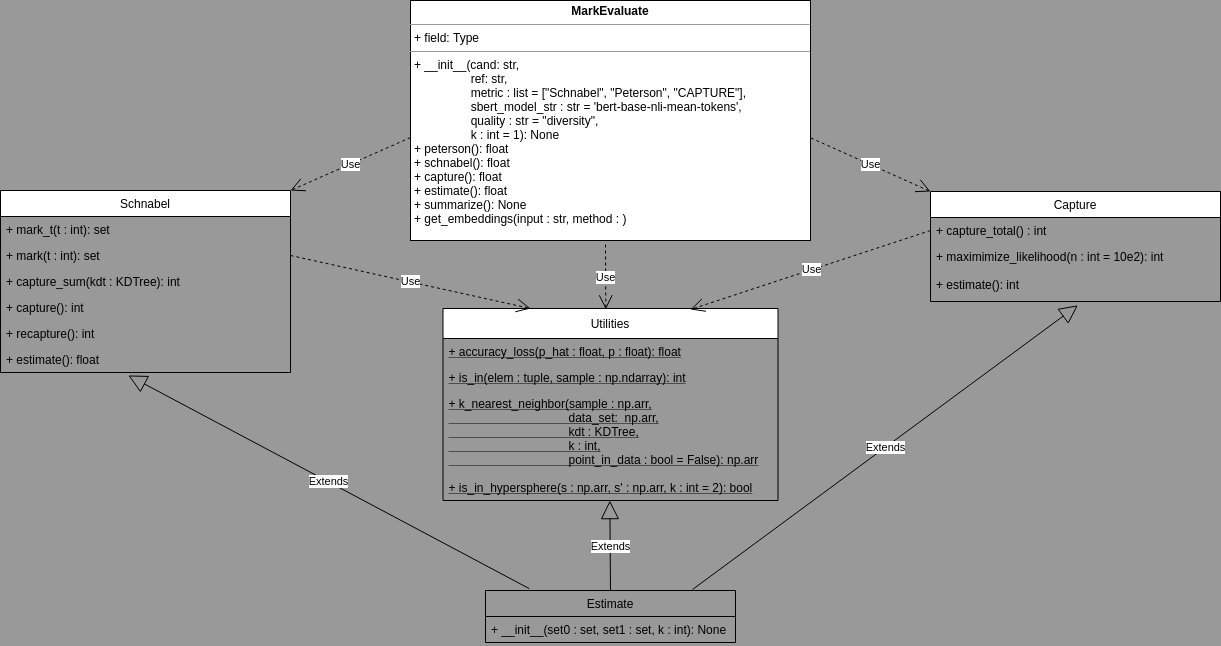
LazerLambda/ME keeps this draw.io diagram as MarkEvaluate.png. Above is the earlier version. Source tidied: cells renumbered, new cells last; positions are measured from the earlier drawing's top-left corner, leaving out a move shared by most shapes.
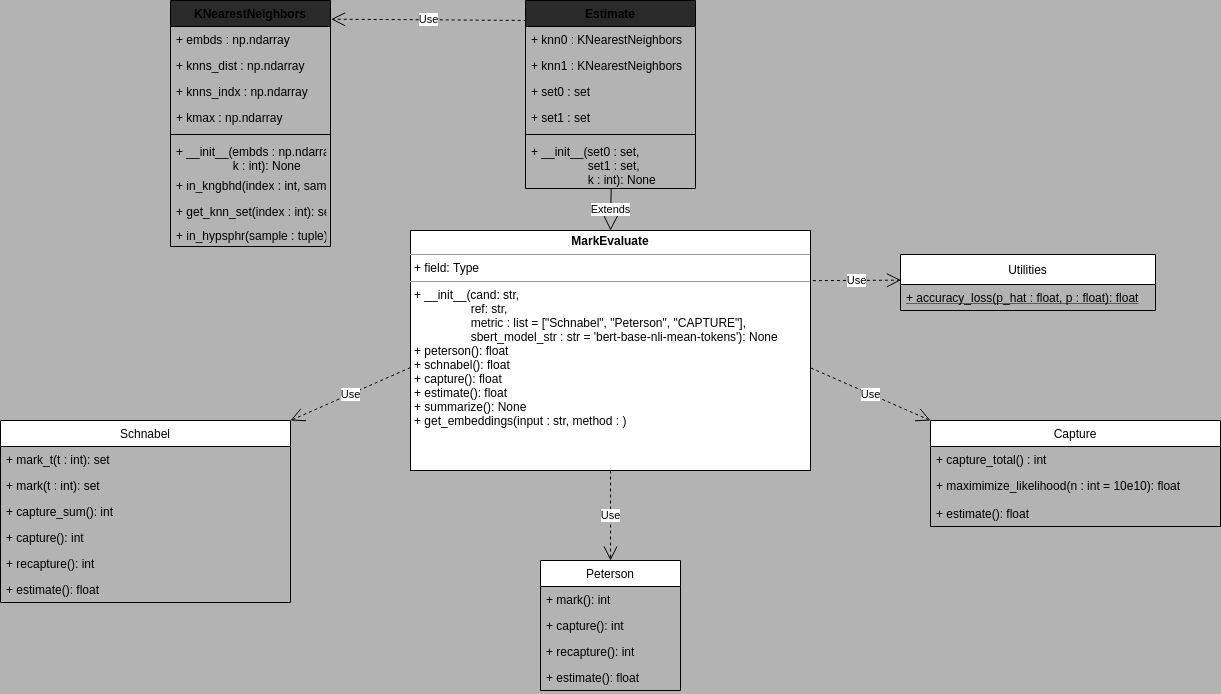
The same file after the commit.

Commit message:
speedup, documentation, UML diagram done

Change to the diagram source:
```diff
@@ -1,37 +1,26 @@
-<mxGraphModel background="#999999">
+<mxGraphModel background="#B3B3B3">
   <root>
     <mxCell id="0" />
     <mxCell id="1" parent="0" />
     <mxCell id="2" style="edgeStyle=orthogonalEdgeStyle;rounded=0;jettySize=auto;html=1;exitX=1;exitY=0.5;exitDx=0;exitDy=0;" parent="1" edge="1" source="3">
       <mxGeometry relative="1" as="geometry">
-        <mxPoint x="800" y="120" as="targetPoint" />
+        <mxPoint x="800" y="540" as="targetPoint" />
       </mxGeometry>
     </mxCell>
-    <mxCell id="3" value="&lt;p style=&quot;margin: 0px ; margin-top: 4px ; text-align: center&quot;&gt;&lt;b&gt;MarkEvaluate&lt;/b&gt;&lt;/p&gt;&lt;hr size=&quot;1&quot;&gt;&lt;p style=&quot;margin: 0px ; margin-left: 4px&quot;&gt;+ field: Type&lt;/p&gt;&lt;hr size=&quot;1&quot;&gt;&lt;p style=&quot;margin: 0px ; margin-left: 4px&quot;&gt;+ __init__(cand: str,&lt;/p&gt;&lt;p style=&quot;margin: 0px ; margin-left: 4px&quot;&gt;&amp;nbsp; &amp;nbsp; &amp;nbsp; &amp;nbsp; &amp;nbsp; &amp;nbsp; &amp;nbsp; &amp;nbsp; &amp;nbsp;ref: str,&lt;/p&gt;&lt;p style=&quot;margin: 0px ; margin-left: 4px&quot;&gt;&amp;nbsp; &amp;nbsp; &amp;nbsp; &amp;nbsp; &amp;nbsp; &amp;nbsp; &amp;nbsp; &amp;nbsp; &amp;nbsp;metric : list = [&quot;Schnabel&quot;, &quot;Peterson&quot;, &quot;CAPTURE&quot;],&lt;/p&gt;&lt;p style=&quot;margin: 0px ; margin-left: 4px&quot;&gt;&amp;nbsp; &amp;nbsp; &amp;nbsp; &amp;nbsp; &amp;nbsp; &amp;nbsp; &amp;nbsp; &amp;nbsp; &amp;nbsp;sbert_model_str : str = 'bert-base-nli-mean-tokens',&lt;/p&gt;&lt;p style=&quot;margin: 0px ; margin-left: 4px&quot;&gt;&lt;span&gt;&amp;nbsp; &amp;nbsp; &amp;nbsp; &amp;nbsp; &amp;nbsp; &amp;nbsp; &amp;nbsp; &amp;nbsp; &amp;nbsp;quality : str = &quot;diversity&quot;,&lt;/span&gt;&lt;/p&gt;&lt;p style=&quot;margin: 0px ; margin-left: 4px&quot;&gt;&lt;span&gt;&amp;nbsp; &amp;nbsp; &amp;nbsp; &amp;nbsp; &amp;nbsp; &amp;nbsp; &amp;nbsp; &amp;nbsp; &amp;nbsp;k : int = 1): None&lt;/span&gt;&lt;/p&gt;&lt;p style=&quot;margin: 0px ; margin-left: 4px&quot;&gt;+ peterson(): float&lt;/p&gt;&lt;p style=&quot;margin: 0px ; margin-left: 4px&quot;&gt;+ schnabel(): float&lt;/p&gt;&lt;p style=&quot;margin: 0px ; margin-left: 4px&quot;&gt;+ capture(): float&lt;/p&gt;&lt;p style=&quot;margin: 0px ; margin-left: 4px&quot;&gt;+ estimate(): float&lt;/p&gt;&lt;p style=&quot;margin: 0px ; margin-left: 4px&quot;&gt;+ summarize(): None&lt;/p&gt;&lt;p style=&quot;margin: 0px ; margin-left: 4px&quot;&gt;+ get_embeddings(input : str, method : )&lt;br&gt;&lt;/p&gt;&lt;p style=&quot;margin: 0px ; margin-left: 4px&quot;&gt;&lt;br&gt;&lt;/p&gt;" style="verticalAlign=top;align=left;overflow=fill;fontSize=12;fontFamily=Helvetica;html=1;" parent="1" vertex="1">
-      <mxGeometry x="410" width="400" height="240" as="geometry" />
+    <mxCell id="3" value="&lt;p style=&quot;margin: 0px ; margin-top: 4px ; text-align: center&quot;&gt;&lt;b&gt;MarkEvaluate&lt;/b&gt;&lt;/p&gt;&lt;hr size=&quot;1&quot;&gt;&lt;p style=&quot;margin: 0px ; margin-left: 4px&quot;&gt;+ field: Type&lt;/p&gt;&lt;hr size=&quot;1&quot;&gt;&lt;p style=&quot;margin: 0px ; margin-left: 4px&quot;&gt;+ __init__(cand: str,&lt;/p&gt;&lt;p style=&quot;margin: 0px ; margin-left: 4px&quot;&gt;&amp;nbsp; &amp;nbsp; &amp;nbsp; &amp;nbsp; &amp;nbsp; &amp;nbsp; &amp;nbsp; &amp;nbsp; &amp;nbsp;ref: str,&lt;/p&gt;&lt;p style=&quot;margin: 0px ; margin-left: 4px&quot;&gt;&amp;nbsp; &amp;nbsp; &amp;nbsp; &amp;nbsp; &amp;nbsp; &amp;nbsp; &amp;nbsp; &amp;nbsp; &amp;nbsp;metric : list = [&quot;Schnabel&quot;, &quot;Peterson&quot;, &quot;CAPTURE&quot;],&lt;/p&gt;&lt;p style=&quot;margin: 0px ; margin-left: 4px&quot;&gt;&amp;nbsp; &amp;nbsp; &amp;nbsp; &amp;nbsp; &amp;nbsp; &amp;nbsp; &amp;nbsp; &amp;nbsp; &amp;nbsp;sbert_model_str : str = 'bert-base-nli-mean-tokens'&lt;span&gt;): None&lt;/span&gt;&lt;/p&gt;&lt;p style=&quot;margin: 0px ; margin-left: 4px&quot;&gt;+ peterson(): float&lt;/p&gt;&lt;p style=&quot;margin: 0px ; margin-left: 4px&quot;&gt;+ schnabel(): float&lt;/p&gt;&lt;p style=&quot;margin: 0px ; margin-left: 4px&quot;&gt;+ capture(): float&lt;/p&gt;&lt;p style=&quot;margin: 0px ; margin-left: 4px&quot;&gt;+ estimate(): float&lt;/p&gt;&lt;p style=&quot;margin: 0px ; margin-left: 4px&quot;&gt;+ summarize(): None&lt;/p&gt;&lt;p style=&quot;margin: 0px ; margin-left: 4px&quot;&gt;+ get_embeddings(input : str, method : )&lt;br&gt;&lt;/p&gt;&lt;p style=&quot;margin: 0px ; margin-left: 4px&quot;&gt;&lt;br&gt;&lt;/p&gt;" style="verticalAlign=top;align=left;overflow=fill;fontSize=12;fontFamily=Helvetica;html=1;" parent="1" vertex="1">
+      <mxGeometry x="410" y="420" width="400" height="240" as="geometry" />
     </mxCell>
     <mxCell id="4" value="Utilities" style="swimlane;fontStyle=0;horizontal=1;startSize=30;" parent="1" vertex="1">
-      <mxGeometry x="442.5" y="308" width="335" height="192" as="geometry" />
+      <mxGeometry x="900" y="444" width="255" height="56" as="geometry" />
     </mxCell>
     <mxCell id="5" value="+ accuracy_loss(p_hat : float, p : float): float" style="text;strokeColor=none;fillColor=none;align=left;verticalAlign=top;spacingLeft=4;spacingRight=4;overflow=hidden;fontStyle=4;" parent="4" vertex="1">
-      <mxGeometry y="30" width="335" height="26" as="geometry" />
+      <mxGeometry y="30" width="255" height="26" as="geometry" />
     </mxCell>
-    <mxCell id="6" value="+ is_in(elem : tuple, sample : np.ndarray): int" style="text;strokeColor=none;fillColor=none;align=left;verticalAlign=top;spacingLeft=4;spacingRight=4;overflow=hidden;fontStyle=4;" parent="4" vertex="1">
-      <mxGeometry y="56" width="335" height="26" as="geometry" />
-    </mxCell>
-    <mxCell id="7" value="+ k_nearest_neighbor(sample : np.arr,&#10;                                    data_set:  np.arr,&#10;                                    kdt : KDTree,&#10;                                    k : int,&#10;                                    point_in_data : bool = False): np.arr&#10;" style="text;strokeColor=none;fillColor=none;align=left;verticalAlign=top;spacingLeft=4;spacingRight=4;overflow=hidden;fontStyle=4;" parent="4" vertex="1">
-      <mxGeometry y="82" width="335" height="84" as="geometry" />
-    </mxCell>
-    <mxCell id="8" value="+ is_in_hypersphere(s : np.arr, s' : np.arr, k : int = 2): bool" style="text;strokeColor=none;fillColor=none;align=left;verticalAlign=top;spacingLeft=4;spacingRight=4;overflow=hidden;points=[[0,0.5],[1,0.5]];portConstraint=eastwest;fontStyle=4;" parent="4" vertex="1">
-      <mxGeometry y="166" width="335" height="26" as="geometry" />
-    </mxCell>
-    <mxCell id="9" value="Use" style="endArrow=open;endSize=12;dashed=1;html=1;entryX=0.486;entryY=0.004;entryDx=0;entryDy=0;entryPerimeter=0;" parent="1" edge="1" target="4">
-      <mxGeometry relative="1" as="geometry">
-        <mxPoint x="605" y="244" as="sourcePoint" />
-      </mxGeometry>
+    <mxCell id="9" value="Use" style="endArrow=open;endSize=12;dashed=1;html=1;exitX=1.006;exitY=0.209;exitDx=0;exitDy=0;exitPerimeter=0;entryX=0.002;entryY=0.458;entryDx=0;entryDy=0;entryPerimeter=0;" parent="1" edge="1" source="3" target="4">
+      <mxGeometry relative="1" as="geometry" />
     </mxCell>
     <mxCell id="10" value="Schnabel" style="swimlane;fontStyle=0;horizontal=1;startSize=26;" parent="1" vertex="1">
-      <mxGeometry y="190" width="290" height="182" as="geometry" />
+      <mxGeometry y="610" width="290" height="182" as="geometry" />
     </mxCell>
     <mxCell id="11" value="+ mark_t(t : int): set" style="text;strokeColor=none;fillColor=none;align=left;verticalAlign=top;spacingLeft=4;spacingRight=4;overflow=hidden;" parent="10" vertex="1">
       <mxGeometry y="26" width="290" height="26" as="geometry" />
@@ -39,9 +28,9 @@
     <mxCell id="12" value="+ mark(t : int): set" style="text;strokeColor=none;fillColor=none;align=left;verticalAlign=top;spacingLeft=4;spacingRight=4;overflow=hidden;points=[[0,0.5],[1,0.5]];portConstraint=eastwest;" parent="10" vertex="1">
       <mxGeometry y="52" width="290" height="26" as="geometry" />
     </mxCell>
-    <mxCell id="13" value="+ capture_sum(kdt : KDTree): int" style="text;strokeColor=none;fillColor=none;align=left;verticalAlign=top;spacingLeft=4;spacingRight=4;overflow=hidden;" parent="10" vertex="1">
-      <mxGeometry y="78" width="290" height="26" as="geometry" />
-    </mxCell>
+    <mxCell id="30" value="+ capture_sum(): int" style="text;strokeColor=none;fillColor=none;align=left;verticalAlign=top;spacingLeft=4;spacingRight=4;overflow=hidden;" parent="10" vertex="1">
+      <mxGeometry y="78" width="290" height="26" as="geometry" />
+    </mxCell>
     <mxCell id="14" value="+ capture(): int" style="text;strokeColor=none;fillColor=none;align=left;verticalAlign=top;spacingLeft=4;spacingRight=4;overflow=hidden;" parent="10" vertex="1">
       <mxGeometry y="104" width="290" height="26" as="geometry" />
     </mxCell>
@@ -54,47 +43,97 @@
     <mxCell id="17" value="Use" style="endArrow=open;endSize=12;dashed=1;html=1;entryX=1;entryY=0;entryDx=0;entryDy=0;exitX=0;exitY=0.571;exitDx=0;exitDy=0;exitPerimeter=0;" parent="1" edge="1" source="3" target="10">
       <mxGeometry relative="1" as="geometry" />
     </mxCell>
-    <mxCell id="18" value="Use" style="endArrow=open;endSize=12;dashed=1;html=1;exitX=1;exitY=0.5;exitDx=0;exitDy=0;" parent="1" edge="1" source="12">
+    <mxCell id="18" value="Use" style="endArrow=open;endSize=12;dashed=1;html=1;" parent="1" edge="1" source="3">
       <mxGeometry relative="1" as="geometry">
-        <mxPoint x="530" y="308" as="targetPoint" />
+        <mxPoint x="610" y="750" as="targetPoint" />
       </mxGeometry>
     </mxCell>
     <mxCell id="19" value="Capture" style="swimlane;fontStyle=0;horizontal=1;startSize=26;" parent="1" vertex="1">
-      <mxGeometry x="930" y="191" width="290" height="110" as="geometry" />
+      <mxGeometry x="930" y="610" width="290" height="106" as="geometry" />
     </mxCell>
     <mxCell id="20" value="+ capture_total() : int" style="text;strokeColor=none;fillColor=none;align=left;verticalAlign=top;spacingLeft=4;spacingRight=4;overflow=hidden;points=[[0,0.5],[1,0.5]];portConstraint=eastwest;" parent="19" vertex="1">
       <mxGeometry y="26" width="290" height="26" as="geometry" />
     </mxCell>
-    <mxCell id="21" value="+ maximimize_likelihood(n : int = 10e2): int" style="text;strokeColor=none;fillColor=none;align=left;verticalAlign=top;spacingLeft=4;spacingRight=4;overflow=hidden;" parent="19" vertex="1">
+    <mxCell id="21" value="+ maximimize_likelihood(n : int = 10e10): float" style="text;strokeColor=none;fillColor=none;align=left;verticalAlign=top;spacingLeft=4;spacingRight=4;overflow=hidden;" parent="19" vertex="1">
       <mxGeometry y="52" width="290" height="28" as="geometry" />
     </mxCell>
-    <mxCell id="22" value="+ estimate(): int" style="text;strokeColor=none;fillColor=none;align=left;verticalAlign=top;spacingLeft=4;spacingRight=4;overflow=hidden;points=[[0,0.5],[1,0.5]];portConstraint=eastwest;" parent="19" vertex="1">
-      <mxGeometry y="80" width="290" height="30" as="geometry" />
+    <mxCell id="22" value="+ estimate(): float" style="text;strokeColor=none;fillColor=none;align=left;verticalAlign=top;spacingLeft=4;spacingRight=4;overflow=hidden;points=[[0,0.5],[1,0.5]];portConstraint=eastwest;" parent="19" vertex="1">
+      <mxGeometry y="80" width="290" height="26" as="geometry" />
     </mxCell>
     <mxCell id="23" value="Use" style="endArrow=open;endSize=12;dashed=1;html=1;exitX=1.001;exitY=0.573;exitDx=0;exitDy=0;entryX=0;entryY=0;entryDx=0;entryDy=0;exitPerimeter=0;" parent="1" edge="1" source="3" target="19">
       <mxGeometry relative="1" as="geometry" />
     </mxCell>
+    <mxCell id="31" value="Extends" style="endArrow=block;endSize=16;endFill=0;html=1;entryX=0.5;entryY=0;entryDx=0;entryDy=0;exitX=0.504;exitY=0.997;exitDx=0;exitDy=0;exitPerimeter=0;" parent="1" edge="1" source="26" target="3">
+      <mxGeometry relative="1" as="geometry" />
+    </mxCell>
-    <mxCell id="24" value="Use" style="endArrow=open;endSize=12;dashed=1;html=1;exitX=0;exitY=0.5;exitDx=0;exitDy=0;" parent="1" edge="1" source="20">
-      <mxGeometry relative="1" as="geometry">
-        <mxPoint x="690" y="309" as="targetPoint" />
-      </mxGeometry>
+    <mxCell id="24" value="Use" style="endArrow=open;endSize=12;dashed=1;html=1;exitX=0.007;exitY=0.106;exitDx=0;exitDy=0;entryX=1.004;entryY=0.076;entryDx=0;entryDy=0;entryPerimeter=0;exitPerimeter=0;" parent="1" edge="1" source="25" target="37">
+      <mxGeometry relative="1" as="geometry" />
     </mxCell>
-    <mxCell id="25" value="Estimate" style="swimlane;fontStyle=0;horizontal=1;startSize=26;fillColor=none;" parent="1" vertex="1">
-      <mxGeometry x="485" y="590" width="250" height="52" as="geometry" />
+    <mxCell id="25" value="Estimate" style="swimlane;fontStyle=1;align=center;verticalAlign=top;horizontal=1;startSize=26;fillColor=#2a2a2a;" parent="1" vertex="1">
+      <mxGeometry x="525" y="190" width="170" height="188" as="geometry" />
     </mxCell>
+    <mxCell id="32" value="+ knn0 : KNearestNeighbors" style="text;strokeColor=none;fillColor=none;align=left;verticalAlign=top;spacingLeft=4;spacingRight=4;overflow=hidden;" parent="25" vertex="1">
+      <mxGeometry y="26" width="170" height="26" as="geometry" />
+    </mxCell>
+    <mxCell id="33" value="+ knn1 : KNearestNeighbors" style="text;strokeColor=none;fillColor=none;align=left;verticalAlign=top;spacingLeft=4;spacingRight=4;overflow=hidden;" parent="25" vertex="1">
+      <mxGeometry y="52" width="170" height="26" as="geometry" />
+    </mxCell>
+    <mxCell id="34" value="+ set0 : set" style="text;strokeColor=none;fillColor=none;align=left;verticalAlign=top;spacingLeft=4;spacingRight=4;overflow=hidden;" parent="25" vertex="1">
+      <mxGeometry y="78" width="170" height="26" as="geometry" />
+    </mxCell>
+    <mxCell id="35" value="+ set1 : set&#10;" style="text;strokeColor=none;fillColor=none;align=left;verticalAlign=top;spacingLeft=4;spacingRight=4;overflow=hidden;" parent="25" vertex="1">
+      <mxGeometry y="104" width="170" height="26" as="geometry" />
+    </mxCell>
+    <mxCell id="36" style="line;strokeWidth=1;fillColor=none;align=left;verticalAlign=middle;spacingTop=-1;spacingLeft=3;spacingRight=3;labelPosition=right;" parent="25" vertex="1">
+      <mxGeometry y="130" width="170" height="8" as="geometry" />
+    </mxCell>
-    <mxCell id="26" value="+ __init__(set0 : set, set1 : set, k : int): None" style="text;strokeColor=none;fillColor=none;align=left;verticalAlign=top;spacingLeft=4;spacingRight=4;overflow=hidden;points=[[0,0.5],[1,0.5]];portConstraint=eastwest;" parent="25" vertex="1">
-      <mxGeometry y="26" width="250" height="26" as="geometry" />
+    <mxCell id="26" value="+ __init__(set0 : set,&#10;                 set1 : set,&#10;                 k : int): None&#10;" style="text;strokeColor=none;fillColor=none;align=left;verticalAlign=top;spacingLeft=4;spacingRight=4;overflow=hidden;points=[[0,0.5],[1,0.5]];portConstraint=eastwest;" parent="25" vertex="1">
+      <mxGeometry y="138" width="170" height="50" as="geometry" />
     </mxCell>
-    <mxCell id="27" value="Extends" style="endArrow=block;endSize=16;endFill=0;html=1;exitX=0.5;exitY=0;exitDx=0;exitDy=0;entryX=0.498;entryY=1.005;entryDx=0;entryDy=0;entryPerimeter=0;" parent="1" edge="1" source="25" target="8">
-      <mxGeometry relative="1" as="geometry" />
-    </mxCell>
-    <mxCell id="28" value="Extends" style="endArrow=block;endSize=16;endFill=0;html=1;entryX=0.441;entryY=1.113;entryDx=0;entryDy=0;entryPerimeter=0;exitX=0.175;exitY=-0.036;exitDx=0;exitDy=0;exitPerimeter=0;" parent="1" edge="1" source="25" target="16">
-      <mxGeometry relative="1" as="geometry" />
-    </mxCell>
-    <mxCell id="29" value="Extends" style="endArrow=block;endSize=16;endFill=0;html=1;entryX=0.508;entryY=1.128;entryDx=0;entryDy=0;entryPerimeter=0;" parent="1" edge="1" target="22">
-      <mxGeometry relative="1" as="geometry">
-        <mxPoint x="692" y="589" as="sourcePoint" />
-      </mxGeometry>
-    </mxCell>
+    <mxCell id="37" value="KNearestNeighbors" style="swimlane;fontStyle=1;align=center;verticalAlign=top;horizontal=1;startSize=26;fillColor=#2a2a2a;" parent="1" vertex="1">
+      <mxGeometry x="170" y="190" width="160" height="246" as="geometry" />
+    </mxCell>
+    <mxCell id="38" value="+ embds : np.ndarray" style="text;strokeColor=none;fillColor=none;align=left;verticalAlign=top;spacingLeft=4;spacingRight=4;overflow=hidden;" parent="37" vertex="1">
+      <mxGeometry y="26" width="160" height="26" as="geometry" />
+    </mxCell>
+    <mxCell id="39" value="+ knns_dist : np.ndarray" style="text;strokeColor=none;fillColor=none;align=left;verticalAlign=top;spacingLeft=4;spacingRight=4;overflow=hidden;" parent="37" vertex="1">
+      <mxGeometry y="52" width="160" height="26" as="geometry" />
+    </mxCell>
+    <mxCell id="40" value="+ knns_indx : np.ndarray" style="text;strokeColor=none;fillColor=none;align=left;verticalAlign=top;spacingLeft=4;spacingRight=4;overflow=hidden;" parent="37" vertex="1">
+      <mxGeometry y="78" width="160" height="26" as="geometry" />
+    </mxCell>
+    <mxCell id="41" value="+ kmax : np.ndarray" style="text;strokeColor=none;fillColor=none;align=left;verticalAlign=top;spacingLeft=4;spacingRight=4;overflow=hidden;" parent="37" vertex="1">
+      <mxGeometry y="104" width="160" height="26" as="geometry" />
+    </mxCell>
+    <mxCell id="42" style="line;strokeWidth=1;fillColor=none;align=left;verticalAlign=middle;spacingTop=-1;spacingLeft=3;spacingRight=3;labelPosition=right;" parent="37" vertex="1">
+      <mxGeometry y="130" width="160" height="8" as="geometry" />
+    </mxCell>
+    <mxCell id="43" value="+ __init__(embds : np.ndarray,&#10;                 k : int): None" style="text;strokeColor=none;fillColor=none;align=left;verticalAlign=top;spacingLeft=4;spacingRight=4;overflow=hidden;" parent="37" vertex="1">
+      <mxGeometry y="138" width="160" height="34" as="geometry" />
+    </mxCell>
+    <mxCell id="44" value="+ in_kngbhd(index : int, sample : tuple): int" style="text;strokeColor=none;fillColor=none;align=left;verticalAlign=top;spacingLeft=4;spacingRight=4;overflow=hidden;" parent="37" vertex="1">
+      <mxGeometry y="172" width="160" height="26" as="geometry" />
+    </mxCell>
+    <mxCell id="45" value="+ get_knn_set(index : int): set" style="text;strokeColor=none;fillColor=none;align=left;verticalAlign=top;spacingLeft=4;spacingRight=4;overflow=hidden;" parent="37" vertex="1">
+      <mxGeometry y="198" width="160" height="24" as="geometry" />
+    </mxCell>
+    <mxCell id="46" value="+ in_hypsphr(sample : tuple): int" style="text;strokeColor=none;fillColor=none;align=left;verticalAlign=top;spacingLeft=4;spacingRight=4;overflow=hidden;" parent="37" vertex="1">
+      <mxGeometry y="222" width="160" height="24" as="geometry" />
+    </mxCell>
+    <mxCell id="47" value="Peterson" style="swimlane;fontStyle=0;horizontal=1;startSize=26;" parent="1" vertex="1">
+      <mxGeometry x="540" y="750" width="140" height="130" as="geometry" />
+    </mxCell>
+    <mxCell id="48" value="+ mark(): int" style="text;strokeColor=none;fillColor=none;align=left;verticalAlign=top;spacingLeft=4;spacingRight=4;overflow=hidden;" parent="47" vertex="1">
+      <mxGeometry y="26" width="140" height="26" as="geometry" />
+    </mxCell>
+    <mxCell id="49" value="+ capture(): int" style="text;strokeColor=none;fillColor=none;align=left;verticalAlign=top;spacingLeft=4;spacingRight=4;overflow=hidden;" parent="47" vertex="1">
+      <mxGeometry y="52" width="140" height="26" as="geometry" />
+    </mxCell>
+    <mxCell id="50" value="+ recapture(): int" style="text;strokeColor=none;fillColor=none;align=left;verticalAlign=top;spacingLeft=4;spacingRight=4;overflow=hidden;" parent="47" vertex="1">
+      <mxGeometry y="78" width="140" height="26" as="geometry" />
+    </mxCell>
+    <mxCell id="51" value="+ estimate(): float" style="text;strokeColor=none;fillColor=none;align=left;verticalAlign=top;spacingLeft=4;spacingRight=4;overflow=hidden;" parent="47" vertex="1">
+      <mxGeometry y="104" width="140" height="26" as="geometry" />
+    </mxCell>
   </root>
 </mxGraphModel>
```
